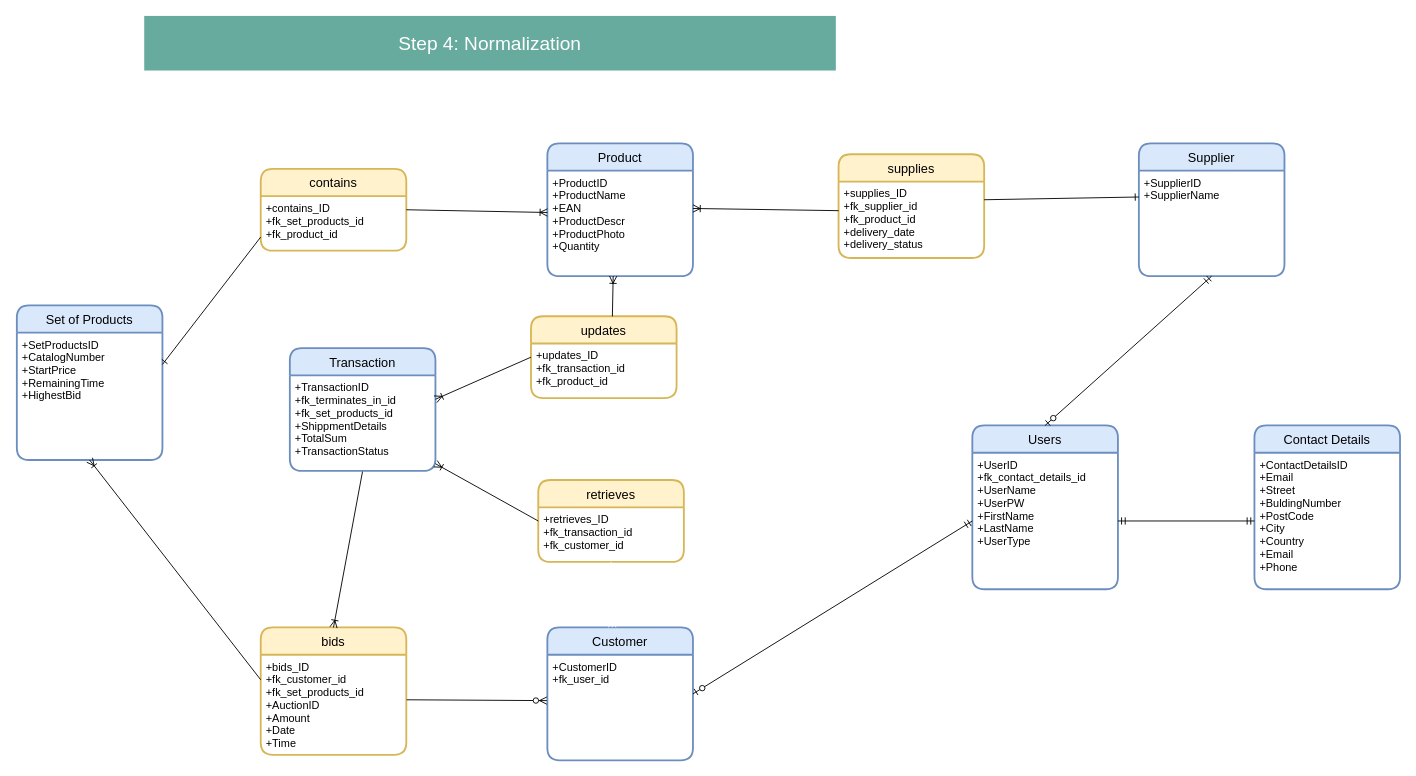
Above: natalia/STEP-4_REM_Auction House Diagramme.drawio in MarkoGrah0vac7/FE21-MySQL-day1-Marko-Natalia (draw.io), before the change. Source tidied: cells renumbered, new cells numbered last; positions are measured from the earlier drawing's top-left corner, leaving out a move shared by most shapes. Both pictures are drawn from the tidied source at 91%, with x=0, y=0 at pixel (16, 15).
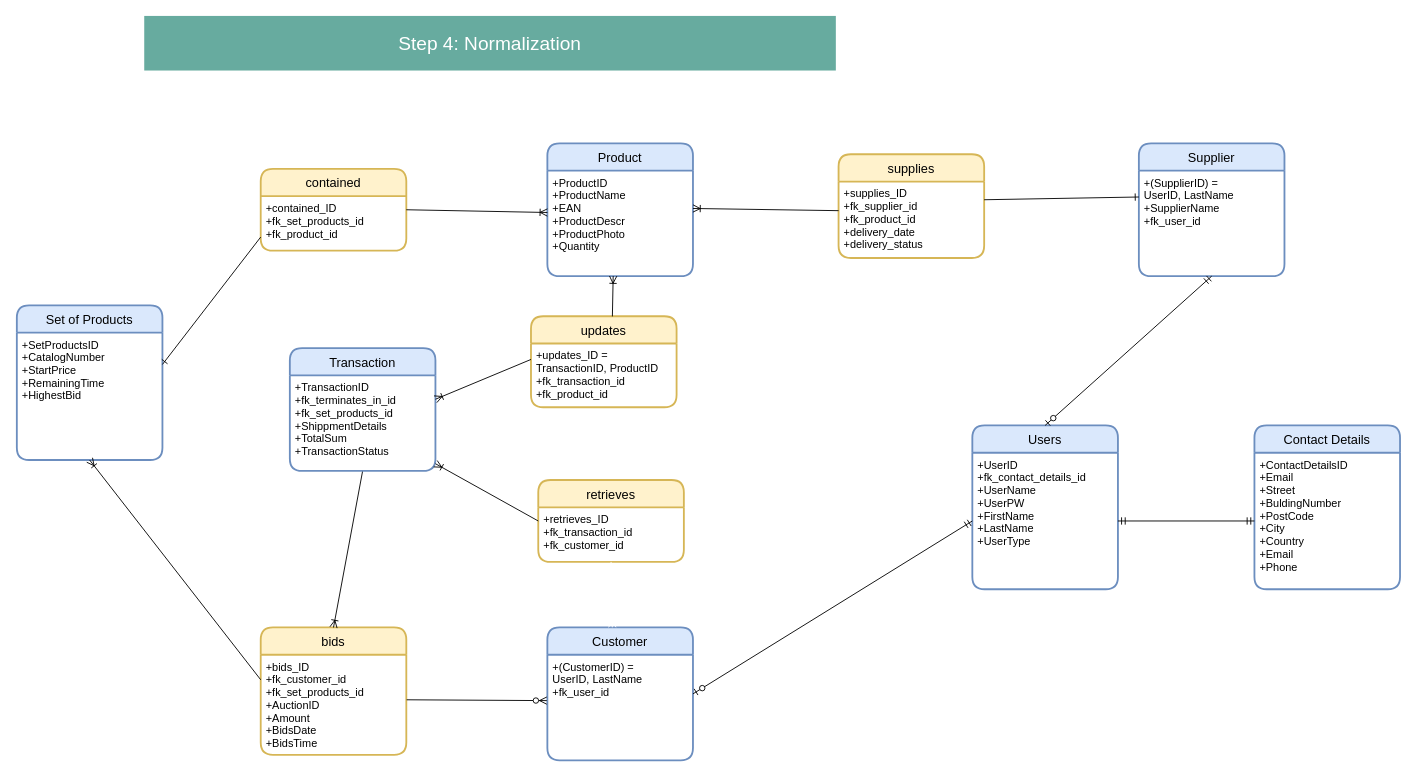
The same diagram, later.

Unchanged cells that the change refers to:
```xml
<mxCell id="14" value="Supplier" style="swimlane;horizontal=1;startSize=30;rounded=1;fontSize=14;fontStyle=0;strokeWidth=2;shadow=0;dashed=0;align=center;labelBackgroundColor=none;fillColor=#dae8fc;strokeColor=#6c8ebf;fontColor=#000000;" parent="1" vertex="1">
  <mxGeometry x="1233" y="140" width="160" height="146" as="geometry" />
</mxCell>
<mxCell id="18" value="bids" style="swimlane;horizontal=1;startSize=30;rounded=1;fontSize=14;fontStyle=0;strokeWidth=2;shadow=0;dashed=0;align=center;labelBackgroundColor=none;fillColor=#fff2cc;strokeColor=#d6b656;fontColor=#000000;" parent="1" vertex="1">
  <mxGeometry x="268" y="672" width="160" height="140" as="geometry" />
</mxCell>
<mxCell id="21" value="Customer" style="swimlane;horizontal=1;startSize=30;rounded=1;fontSize=14;fontStyle=0;strokeWidth=2;shadow=0;dashed=0;align=center;labelBackgroundColor=none;fillColor=#dae8fc;strokeColor=#6c8ebf;fontColor=#000000;" parent="1" vertex="1">
  <mxGeometry x="583" y="672" width="160" height="146" as="geometry" />
</mxCell>
```

Change to the diagram source:
```diff
@@
-    <mxCell id="6" value="contains" style="swimlane;horizontal=1;startSize=30;rounded=1;fontSize=14;fontStyle=0;strokeWidth=2;shadow=0;dashed=0;align=center;labelBackgroundColor=none;fillColor=#fff2cc;strokeColor=#d6b656;fontColor=#000000;" parent="1" vertex="1">
+    <mxCell id="6" value="contained" style="swimlane;horizontal=1;startSize=30;rounded=1;fontSize=14;fontStyle=0;strokeWidth=2;shadow=0;dashed=0;align=center;labelBackgroundColor=none;fillColor=#fff2cc;strokeColor=#d6b656;fontColor=#000000;" parent="1" vertex="1">
       <mxGeometry x="268" y="168" width="160" height="90" as="geometry" />
     </mxCell>
-    <mxCell id="7" value="+contains_ID&#10;+fk_set_products_id&#10;+fk_product_id" style="align=left;strokeColor=none;fillColor=none;spacingLeft=4;fontSize=12;verticalAlign=top;" parent="6" vertex="1">
+    <mxCell id="7" value="+contained_ID&#10;+fk_set_products_id&#10;+fk_product_id" style="align=left;strokeColor=none;fillColor=none;spacingLeft=4;fontSize=12;verticalAlign=top;" parent="6" vertex="1">
       <mxGeometry y="30" width="160" height="60" as="geometry" />
     </mxCell>
@@
-    <mxCell id="15" value="+SupplierID&#10;+SupplierName" style="align=left;strokeColor=none;fillColor=none;spacingLeft=4;fontSize=12;verticalAlign=top;" parent="14" vertex="1">
+    <mxCell id="15" value="+(SupplierID) =&#10;UserID, LastName&#10;+SupplierName&#10;+fk_user_id" style="align=left;strokeColor=none;fillColor=none;spacingLeft=4;fontSize=12;verticalAlign=top;" parent="14" vertex="1">
       <mxGeometry y="30" width="160" height="116" as="geometry" />
     </mxCell>
@@
-    <mxCell id="19" value="+bids_ID&#10;+fk_customer_id&#10;+fk_set_products_id&#10;+AuctionID&#10;+Amount&#10;+Date&#10;+Time" style="align=left;strokeColor=none;fillColor=none;spacingLeft=4;fontSize=12;verticalAlign=top;" parent="18" vertex="1">
+    <mxCell id="19" value="+bids_ID&#10;+fk_customer_id&#10;+fk_set_products_id&#10;+AuctionID&#10;+Amount&#10;+BidsDate&#10;+BidsTime" style="align=left;strokeColor=none;fillColor=none;spacingLeft=4;fontSize=12;verticalAlign=top;" parent="18" vertex="1">
       <mxGeometry y="30" width="160" height="110" as="geometry" />
     </mxCell>
@@
-    <mxCell id="22" value="+CustomerID&#10;+fk_user_id" style="align=left;strokeColor=none;fillColor=none;spacingLeft=4;fontSize=12;verticalAlign=top;" parent="21" vertex="1">
+    <mxCell id="22" value="+(CustomerID) =&#10;UserID, LastName&#10;+fk_user_id" style="align=left;strokeColor=none;fillColor=none;spacingLeft=4;fontSize=12;verticalAlign=top;" parent="21" vertex="1">
       <mxGeometry y="30" width="160" height="116" as="geometry" />
     </mxCell>
@@
     <mxCell id="36" value="updates" style="swimlane;horizontal=1;startSize=30;rounded=1;fontSize=14;fontStyle=0;strokeWidth=2;shadow=0;dashed=0;align=center;labelBackgroundColor=none;fillColor=#fff2cc;strokeColor=#d6b656;fontColor=#000000;" parent="1" vertex="1">
-      <mxGeometry x="565" y="330" width="160" height="90" as="geometry" />
+      <mxGeometry x="565" y="330" width="160" height="100" as="geometry" />
     </mxCell>
-    <mxCell id="37" value="+updates_ID&#10;+fk_transaction_id&#10;+fk_product_id" style="align=left;strokeColor=none;fillColor=none;spacingLeft=4;fontSize=12;verticalAlign=top;" parent="36" vertex="1">
-      <mxGeometry y="30" width="160" height="60" as="geometry" />
+    <mxCell id="37" value="+updates_ID =&#10;TransactionID, ProductID&#10;+fk_transaction_id&#10;+fk_product_id" style="align=left;strokeColor=none;fillColor=none;spacingLeft=4;fontSize=12;verticalAlign=top;" parent="36" vertex="1">
+      <mxGeometry y="30" width="160" height="70" as="geometry" />
     </mxCell>
```
